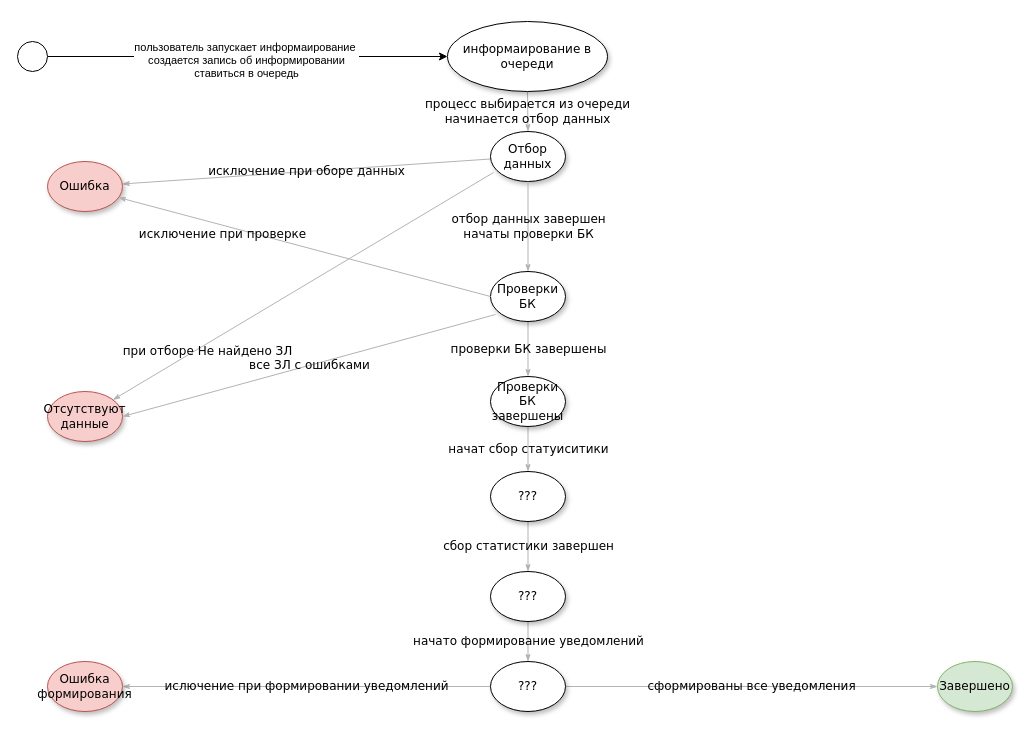
Above: page "Процесс" (1 of 2) of статусы инициативного формирования.drawio in MaxMoto1702/draw.io (draw.io), before the change. Source tidied: cells renumbered, new cells numbered last; positions are measured from the earlier drawing's top-left corner, leaving out a move shared by most shapes. Both pictures are drawn from the tidied source at 100%, with x=0, y=0 at pixel (17, 21).
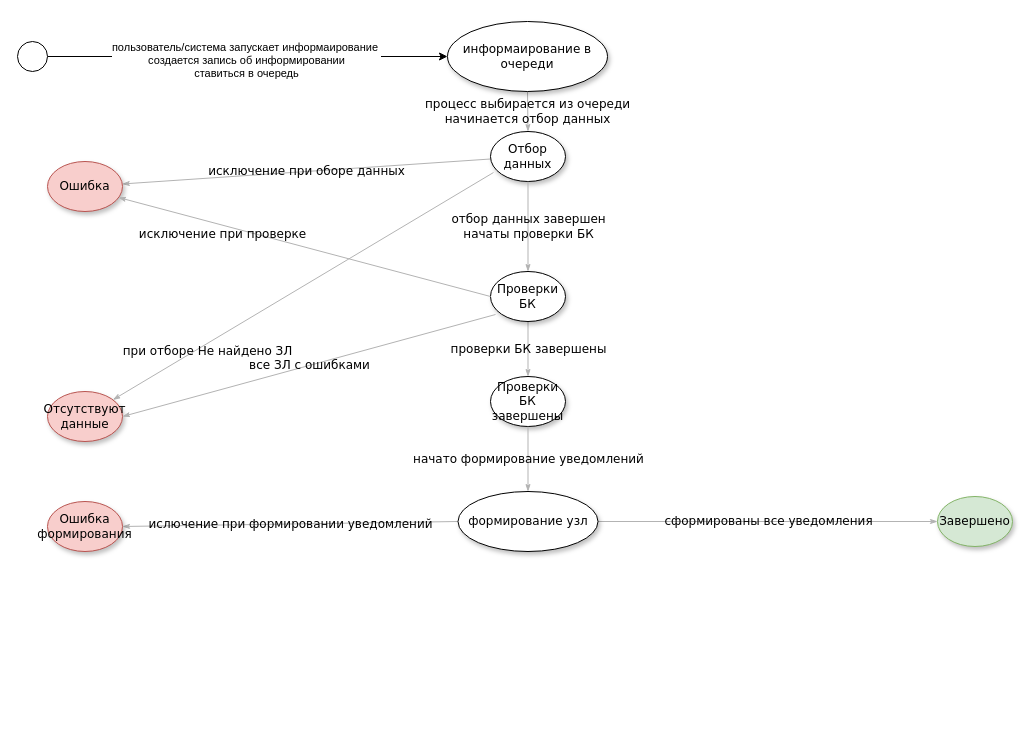
Above is the later version.

The change refers to these unchanged cells:
```xml
<mxCell id="18" style="rounded=0;jettySize=auto;html=1;exitX=1;exitY=0.5;exitDx=0;exitDy=0;entryX=0;entryY=0.5;entryDx=0;entryDy=0;" parent="1" edge="1" source="20" target="3">
  <mxGeometry relative="1" as="geometry" />
</mxCell>
<mxCell id="27" value="Проверки БК завершены" style="ellipse;whiteSpace=wrap;html=1;rounded=0;shadow=1;comic=0;labelBackgroundColor=none;strokeWidth=1;fontFamily=Verdana;fontSize=12;align=center;" parent="1" vertex="1">
  <mxGeometry x="473" y="355" width="75" height="50" as="geometry" />
</mxCell>
```

Change to the diagram source:
```diff
@@
-    <mxCell id="8" value="сбор статистики завершен" style="edgeStyle=none;rounded=1;html=1;labelBackgroundColor=none;startArrow=none;startFill=0;startSize=5;endArrow=classicThin;endFill=1;endSize=5;jettySize=auto;strokeColor=#B3B3B3;strokeWidth=1;fontFamily=Verdana;fontSize=12;exitX=0.5;exitY=1;exitDx=0;exitDy=0;entryX=0.5;entryY=0;entryDx=0;entryDy=0;" parent="1" edge="1" source="24" target="29">
-      <mxGeometry relative="1" as="geometry" />
-    </mxCell>
     <mxCell id="9" value="&lt;span&gt;Завершено&lt;/span&gt;" style="ellipse;whiteSpace=wrap;html=1;rounded=0;shadow=1;comic=0;labelBackgroundColor=none;strokeWidth=1;fontFamily=Verdana;fontSize=12;align=center;fillColor=#d5e8d4;strokeColor=#82b366;" parent="1" vertex="1">
-      <mxGeometry x="920" y="640" width="75" height="50" as="geometry" />
+      <mxGeometry x="920" y="475" width="75" height="50" as="geometry" />
     </mxCell>
@@
-    <mxCell id="19" value="пользователь запускает информаирование&amp;nbsp;&lt;br&gt;создается запись об информировании&lt;br&gt;ставиться в очередь" style="edgeLabel;html=1;align=center;verticalAlign=middle;" parent="18" vertex="1">
+    <mxCell id="19" value="пользователь/система запускает информаирование&amp;nbsp;&lt;br&gt;создается запись об информировании&lt;br&gt;ставиться в очередь" style="edgeLabel;html=1;align=center;verticalAlign=middle;" parent="18" vertex="1">
       <mxGeometry x="-0.01" y="-3" relative="1" as="geometry" />
     </mxCell>
@@
-    <mxCell id="24" value="???" style="ellipse;whiteSpace=wrap;html=1;rounded=0;shadow=1;comic=0;labelBackgroundColor=none;strokeWidth=1;fontFamily=Verdana;fontSize=12;align=center;" parent="1" vertex="1">
-      <mxGeometry x="473" y="450" width="75" height="50" as="geometry" />
-    </mxCell>
@@
-    <mxCell id="26" value="начат сбор статуиситики" style="edgeStyle=none;rounded=1;html=1;labelBackgroundColor=none;startArrow=none;startFill=0;startSize=5;endArrow=classicThin;endFill=1;endSize=5;jettySize=auto;strokeColor=#B3B3B3;strokeWidth=1;fontFamily=Verdana;fontSize=12;entryX=0.5;entryY=0;entryDx=0;entryDy=0;exitX=0.5;exitY=1;exitDx=0;exitDy=0;" parent="1" edge="1" source="27" target="24">
-      <mxGeometry relative="1" as="geometry" />
-    </mxCell>
@@
-    <mxCell id="28" value="начато формирование уведомлений" style="edgeStyle=none;rounded=1;html=1;labelBackgroundColor=none;startArrow=none;startFill=0;startSize=5;endArrow=classicThin;endFill=1;endSize=5;jettySize=auto;strokeColor=#B3B3B3;strokeWidth=1;fontFamily=Verdana;fontSize=12;exitX=0.5;exitY=1;exitDx=0;exitDy=0;entryX=0.5;entryY=0;entryDx=0;entryDy=0;" parent="1" edge="1" source="29" target="31">
+    <mxCell id="28" value="начато формирование уведомлений" style="edgeStyle=none;rounded=1;html=1;labelBackgroundColor=none;startArrow=none;startFill=0;startSize=5;endArrow=classicThin;endFill=1;endSize=5;jettySize=auto;strokeColor=#B3B3B3;strokeWidth=1;fontFamily=Verdana;fontSize=12;exitX=0.5;exitY=1;exitDx=0;exitDy=0;entryX=0.5;entryY=0;entryDx=0;entryDy=0;" parent="1" edge="1" source="27" target="31">
       <mxGeometry relative="1" as="geometry" />
     </mxCell>
-    <mxCell id="29" value="???" style="ellipse;whiteSpace=wrap;html=1;rounded=0;shadow=1;comic=0;labelBackgroundColor=none;strokeWidth=1;fontFamily=Verdana;fontSize=12;align=center;" parent="1" vertex="1">
-      <mxGeometry x="473" y="550" width="75" height="50" as="geometry" />
-    </mxCell>
@@
-    <mxCell id="31" value="???" style="ellipse;whiteSpace=wrap;html=1;rounded=0;shadow=1;comic=0;labelBackgroundColor=none;strokeWidth=1;fontFamily=Verdana;fontSize=12;align=center;" parent="1" vertex="1">
-      <mxGeometry x="473" y="640" width="75" height="50" as="geometry" />
+    <mxCell id="31" value="формирование узл" style="ellipse;whiteSpace=wrap;html=1;rounded=0;shadow=1;comic=0;labelBackgroundColor=none;strokeWidth=1;fontFamily=Verdana;fontSize=12;align=center;" parent="1" vertex="1">
+      <mxGeometry x="440.5" y="470" width="140" height="60" as="geometry" />
     </mxCell>
     <mxCell id="32" value="&lt;span&gt;Ошибка формирования&lt;/span&gt;" style="ellipse;whiteSpace=wrap;html=1;rounded=0;shadow=1;comic=0;labelBackgroundColor=none;strokeWidth=1;fontFamily=Verdana;fontSize=12;align=center;fillColor=#f8cecc;strokeColor=#b85450;" parent="1" vertex="1">
-      <mxGeometry x="30" y="640" width="75" height="50" as="geometry" />
+      <mxGeometry x="30" y="480" width="75" height="50" as="geometry" />
     </mxCell>
```
